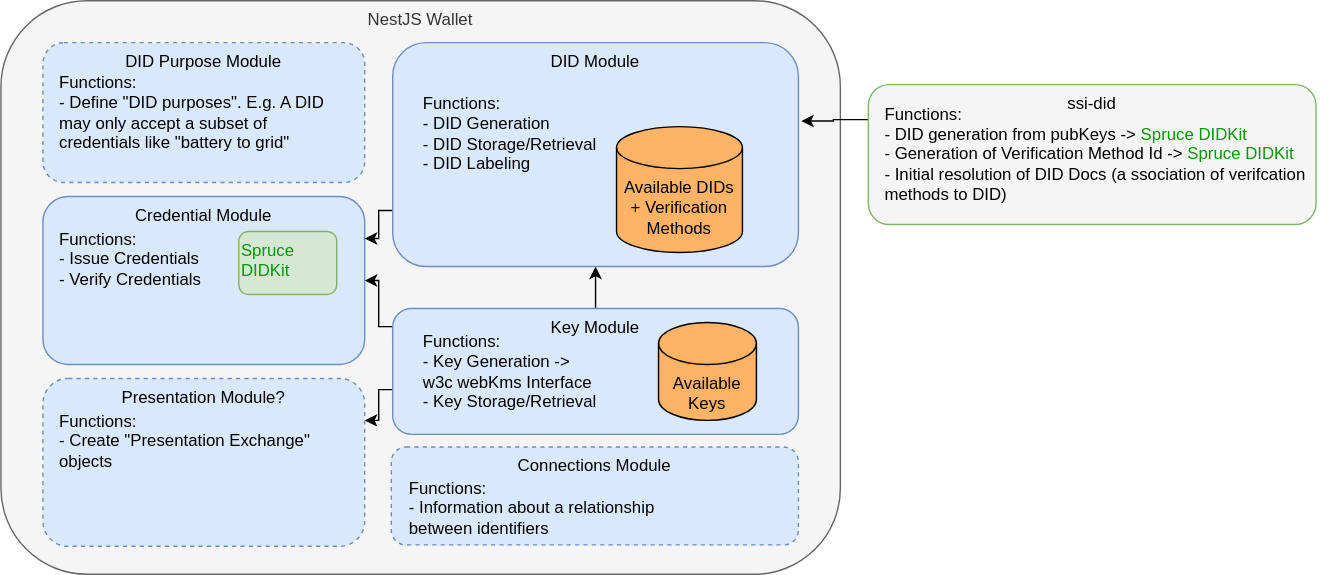
Before: ssi-wallet-architecture.drawio.svg, a diagram exported from draw.io (openwallet-foundation-labs/vc-api). Source tidied: cells renumbered, new cells last; positions are measured from the earlier drawing's top-left corner, leaving out a move shared by most shapes.
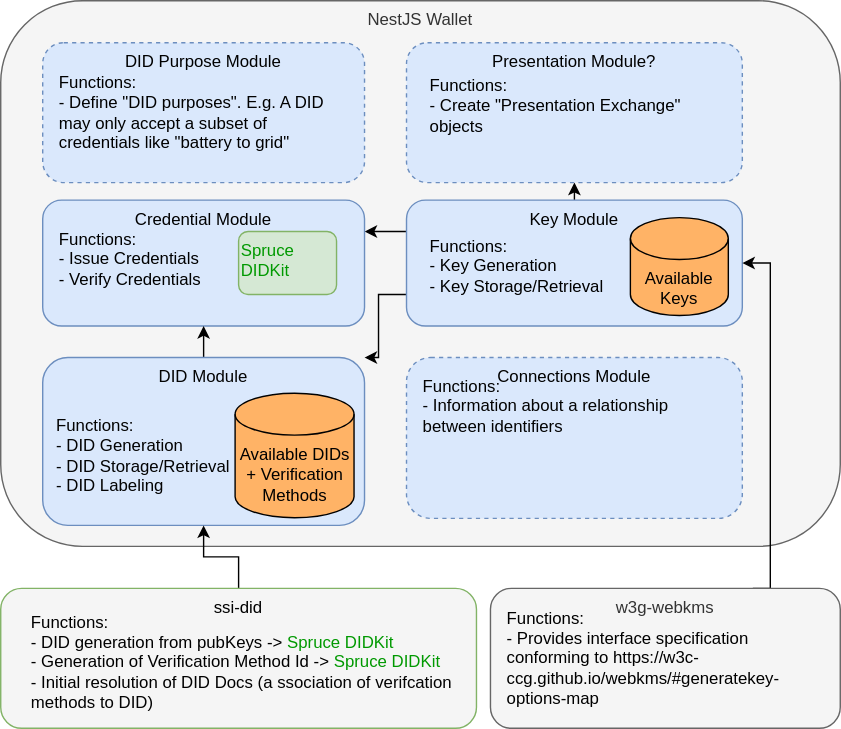
The same file after the commit.

Commit message:
docs: add webkms to arch diagram

Change to the diagram source:
```diff
@@ -3,64 +3,48 @@
     <mxCell id="0" />
     <mxCell id="1" parent="0" />
     <mxCell id="2" value="NestJS Wallet" style="rounded=1;whiteSpace=wrap;html=1;verticalAlign=top;fontColor=#333333;strokeColor=#666666;fillColor=#F5F5F5;" parent="1" vertex="1">
-      <mxGeometry width="600" height="410" as="geometry" />
+      <mxGeometry width="600" height="390" as="geometry" />
     </mxCell>
-    <mxCell id="3" style="edgeStyle=orthogonalEdgeStyle;jettySize=auto;html=1;exitX=0;exitY=0.75;exitDx=0;exitDy=0;entryX=1;entryY=0.25;entryDx=0;entryDy=0;fontColor=#000000;strokeColor=#000000;rounded=0;" parent="1" edge="1" source="6" target="20">
-      <mxGeometry relative="1" as="geometry">
-        <Array as="points">
-          <mxPoint x="270" y="278" />
-          <mxPoint x="270" y="300" />
-        </Array>
-      </mxGeometry>
+    <mxCell id="3" style="edgeStyle=orthogonalEdgeStyle;rounded=0;jettySize=auto;html=1;exitX=0.5;exitY=0;exitDx=0;exitDy=0;entryX=0.5;entryY=1;entryDx=0;entryDy=0;" parent="1" edge="1" source="6" target="20">
+      <mxGeometry relative="1" as="geometry" />
     </mxCell>
-    <mxCell id="4" style="edgeStyle=orthogonalEdgeStyle;rounded=0;jettySize=auto;html=1;exitX=0;exitY=0.25;exitDx=0;exitDy=0;entryX=1;entryY=0.5;entryDx=0;entryDy=0;fontColor=#000000;strokeColor=#000000;" parent="1" edge="1" source="6" target="9">
-      <mxGeometry relative="1" as="geometry">
-        <Array as="points">
-          <mxPoint x="270" y="233" />
-          <mxPoint x="270" y="200" />
-        </Array>
-      </mxGeometry>
+    <mxCell id="4" style="edgeStyle=orthogonalEdgeStyle;rounded=0;jettySize=auto;html=1;exitX=0;exitY=0.25;exitDx=0;exitDy=0;entryX=1;entryY=0.25;entryDx=0;entryDy=0;" parent="1" edge="1" source="6" target="9">
+      <mxGeometry relative="1" as="geometry" />
     </mxCell>
-    <mxCell id="5" style="edgeStyle=orthogonalEdgeStyle;rounded=0;jettySize=auto;html=1;exitX=0.5;exitY=0;exitDx=0;exitDy=0;entryX=0.5;entryY=1;entryDx=0;entryDy=0;fontColor=#000000;strokeColor=#000000;" parent="1" edge="1" source="6" target="12">
-      <mxGeometry relative="1" as="geometry" />
+    <mxCell id="5" style="edgeStyle=orthogonalEdgeStyle;rounded=0;jettySize=auto;html=1;exitX=0;exitY=0.75;exitDx=0;exitDy=0;entryX=1;entryY=0;entryDx=0;entryDy=0;" parent="1" edge="1" source="6" target="12">
+      <mxGeometry relative="1" as="geometry">
+        <Array as="points">
+          <mxPoint x="270" y="210" />
+          <mxPoint x="270" y="255" />
+        </Array>
+      </mxGeometry>
     </mxCell>
     <mxCell id="6" value="Key Module" style="rounded=1;whiteSpace=wrap;html=1;verticalAlign=top;fillColor=#dae8fc;strokeColor=#6c8ebf;fontColor=#000000;" parent="1" vertex="1">
-      <mxGeometry x="280" y="220" width="290" height="90" as="geometry" />
+      <mxGeometry x="290" y="142.5" width="240" height="90" as="geometry" />
     </mxCell>
     <mxCell id="7" value="Available Keys" style="shape=cylinder3;whiteSpace=wrap;html=1;boundedLbl=1;backgroundOutline=1;size=15;verticalAlign=top;fillColor=#FFB366;fontColor=#000000;" parent="1" vertex="1">
-      <mxGeometry x="470" y="230" width="70" height="70" as="geometry" />
+      <mxGeometry x="450" y="155" width="70" height="70" as="geometry" />
     </mxCell>
-    <mxCell id="8" value="Functions:&lt;br&gt;- Key Generation -&amp;gt; w3c webKms Interface&lt;br&gt;- Key Storage/Retrieval" style="text;html=1;strokeColor=none;fillColor=none;align=left;verticalAlign=middle;whiteSpace=wrap;rounded=0;fontColor=#000000;" parent="1" vertex="1">
-      <mxGeometry x="300" y="240" width="130" height="50" as="geometry" />
+    <mxCell id="8" value="Functions:&lt;br&gt;- Key Generation&lt;br&gt;- Key Storage/Retrieval" style="text;html=1;strokeColor=none;fillColor=none;align=left;verticalAlign=middle;whiteSpace=wrap;rounded=0;fontColor=#000000;" parent="1" vertex="1">
+      <mxGeometry x="305" y="165" width="130" height="50" as="geometry" />
     </mxCell>
     <mxCell id="9" value="Credential Module" style="rounded=1;whiteSpace=wrap;html=1;verticalAlign=top;fillColor=#dae8fc;strokeColor=#6c8ebf;fontColor=#000000;" parent="1" vertex="1">
-      <mxGeometry x="30" y="140" width="230" height="120" as="geometry" />
+      <mxGeometry x="30" y="142.5" width="230" height="90" as="geometry" />
     </mxCell>
     <mxCell id="10" value="Functions:&lt;br&gt;- Issue Credentials&lt;br&gt;- Verify Credentials" style="text;html=1;strokeColor=none;fillColor=none;align=left;verticalAlign=middle;whiteSpace=wrap;rounded=0;fontColor=#000000;" parent="1" vertex="1">
       <mxGeometry x="40" y="160" width="150" height="50" as="geometry" />
     </mxCell>
-    <mxCell id="11" style="edgeStyle=orthogonalEdgeStyle;rounded=0;jettySize=auto;html=1;exitX=0;exitY=0.75;exitDx=0;exitDy=0;entryX=1;entryY=0.25;entryDx=0;entryDy=0;fontColor=#000000;strokeColor=#000000;" parent="1" edge="1" source="12" target="9">
-      <mxGeometry relative="1" as="geometry">
-        <Array as="points">
-          <mxPoint x="270" y="150" />
-          <mxPoint x="270" y="170" />
-        </Array>
-      </mxGeometry>
+    <mxCell id="11" style="edgeStyle=orthogonalEdgeStyle;rounded=0;jettySize=auto;html=1;exitX=0.5;exitY=0;exitDx=0;exitDy=0;entryX=0.5;entryY=1;entryDx=0;entryDy=0;" parent="1" edge="1" source="12" target="9">
+      <mxGeometry relative="1" as="geometry" />
     </mxCell>
     <mxCell id="12" value="DID Module" style="rounded=1;whiteSpace=wrap;html=1;verticalAlign=top;fillColor=#dae8fc;strokeColor=#6c8ebf;fontColor=#030303;" parent="1" vertex="1">
-      <mxGeometry x="280" y="30" width="290" height="160" as="geometry" />
+      <mxGeometry x="30" y="255" width="230" height="120" as="geometry" />
     </mxCell>
-    <mxCell id="13" style="edgeStyle=orthogonalEdgeStyle;rounded=0;jettySize=auto;html=1;exitX=0;exitY=0.25;exitDx=0;exitDy=0;entryX=1.007;entryY=0.35;entryDx=0;entryDy=0;entryPerimeter=0;strokeColor=#030303;" parent="1" edge="1" source="14" target="12">
-      <mxGeometry relative="1" as="geometry" />
-    </mxCell>
-    <mxCell id="14" value="ssi-did" style="rounded=1;whiteSpace=wrap;html=1;align=center;verticalAlign=top;strokeColor=#82b366;fontColor=#000000;fillColor=#F5F5F5;" parent="1" vertex="1">
-      <mxGeometry x="620" y="60" width="320" height="100" as="geometry" />
-    </mxCell>
     <mxCell id="15" value="Available DIDs + Verification Methods" style="shape=cylinder3;whiteSpace=wrap;html=1;boundedLbl=1;backgroundOutline=1;size=15;verticalAlign=top;fillColor=#FFB366;fontColor=#000000;" parent="1" vertex="1">
-      <mxGeometry x="440" y="90" width="90" height="90" as="geometry" />
+      <mxGeometry x="167.5" y="280.5" width="85" height="89" as="geometry" />
     </mxCell>
     <mxCell id="16" value="Functions:&lt;br&gt;- DID Generation&lt;br&gt;- DID Storage/Retrieval&lt;br&gt;- DID Labeling" style="text;html=1;strokeColor=none;fillColor=none;align=left;verticalAlign=middle;whiteSpace=wrap;rounded=0;fontColor=#030303;" parent="1" vertex="1">
-      <mxGeometry x="300" y="60" width="140" height="70" as="geometry" />
+      <mxGeometry x="37.5" y="290" width="130" height="70" as="geometry" />
     </mxCell>
     <mxCell id="17" value="&lt;font color=&quot;#009900&quot;&gt;Spruce DIDKit&lt;/font&gt;" style="rounded=1;whiteSpace=wrap;html=1;align=left;verticalAlign=top;fillColor=#d5e8d4;strokeColor=#82b366;fontColor=#000000;" parent="1" vertex="1">
       <mxGeometry x="170" y="165" width="70" height="45" as="geometry" />
@@ -69,22 +53,42 @@
       <mxGeometry x="30" y="30" width="230" height="100" as="geometry" />
     </mxCell>
     <mxCell id="19" value="Connections Module" style="rounded=1;whiteSpace=wrap;html=1;verticalAlign=top;fillColor=#dae8fc;strokeColor=#6c8ebf;fontColor=#000000;dashed=1;" parent="1" vertex="1">
-      <mxGeometry x="279" y="319" width="291" height="70" as="geometry" />
+      <mxGeometry x="290" y="255" width="240" height="115" as="geometry" />
     </mxCell>
     <mxCell id="20" value="Presentation Module?" style="rounded=1;whiteSpace=wrap;html=1;verticalAlign=top;fillColor=#dae8fc;strokeColor=#6c8ebf;fontColor=#000000;dashed=1;" parent="1" vertex="1">
-      <mxGeometry x="30" y="270" width="230" height="120" as="geometry" />
+      <mxGeometry x="290" y="30" width="240" height="100" as="geometry" />
     </mxCell>
     <mxCell id="21" value="Functions:&lt;br&gt;- Information about a relationship between identifiers" style="text;html=1;strokeColor=none;fillColor=none;align=left;verticalAlign=middle;whiteSpace=wrap;rounded=0;fontColor=#030303;" parent="1" vertex="1">
-      <mxGeometry x="290" y="340" width="220" height="45" as="geometry" />
+      <mxGeometry x="300" y="267.5" width="220" height="45" as="geometry" />
     </mxCell>
     <mxCell id="22" value="Functions:&lt;br&gt;- Define &quot;DID purposes&quot;. E.g. A DID may only accept a subset of credentials like &quot;battery to grid&quot;" style="text;html=1;strokeColor=none;fillColor=none;align=left;verticalAlign=middle;whiteSpace=wrap;rounded=0;fontColor=#000000;" parent="1" vertex="1">
       <mxGeometry x="40" y="50" width="200" height="60" as="geometry" />
     </mxCell>
     <mxCell id="23" value="Functions:&lt;br&gt;- Create &quot;Presentation Exchange&quot; objects" style="text;html=1;strokeColor=none;fillColor=none;align=left;verticalAlign=middle;whiteSpace=wrap;rounded=0;fontColor=#000000;" parent="1" vertex="1">
-      <mxGeometry x="40" y="290" width="190" height="50" as="geometry" />
+      <mxGeometry x="305" y="50" width="190" height="50" as="geometry" />
     </mxCell>
+    <mxCell id="13" style="edgeStyle=orthogonalEdgeStyle;rounded=0;jettySize=auto;html=1;exitX=0.5;exitY=0;exitDx=0;exitDy=0;entryX=0.5;entryY=1;entryDx=0;entryDy=0;" parent="1" edge="1" source="14" target="12">
+      <mxGeometry relative="1" as="geometry" />
+    </mxCell>
+    <mxCell id="14" value="ssi-did" style="rounded=1;whiteSpace=wrap;html=1;align=center;verticalAlign=top;strokeColor=#82b366;fontColor=#000000;fillColor=#F5F5F5;" parent="1" vertex="1">
+      <mxGeometry y="420" width="340" height="100" as="geometry" />
+    </mxCell>
     <mxCell id="24" value="&lt;span style=&quot;color: rgb(0 , 0 , 0)&quot;&gt;Functions:&lt;/span&gt;&lt;br style=&quot;color: rgb(0 , 0 , 0)&quot;&gt;&lt;span style=&quot;color: rgb(0 , 0 , 0)&quot;&gt;- DID generation from pubKeys -&amp;gt;&amp;nbsp;&lt;/span&gt;&lt;font color=&quot;#009900&quot;&gt;Spruce DIDKit&lt;br&gt;&lt;/font&gt;&lt;span style=&quot;color: rgb(0 , 0 , 0)&quot;&gt;- Generation of Verification Method Id -&amp;gt;&amp;nbsp;&lt;/span&gt;&lt;span style=&quot;color: rgb(0 , 153 , 0)&quot;&gt;Spruce DIDKit&lt;/span&gt;&lt;br style=&quot;color: rgb(0 , 0 , 0)&quot;&gt;&lt;span style=&quot;color: rgb(0 , 0 , 0)&quot;&gt;- Initial resolution of DID Docs (a&lt;/span&gt;ssociation of verifcation methods to DID)" style="text;html=1;strokeColor=none;fillColor=none;align=left;verticalAlign=middle;whiteSpace=wrap;rounded=0;fontColor=#030303;" parent="1" vertex="1">
-      <mxGeometry x="630" y="75" width="320" height="70" as="geometry" />
+      <mxGeometry x="20" y="435" width="320" height="75" as="geometry" />
     </mxCell>
+    <mxCell id="25" style="edgeStyle=orthogonalEdgeStyle;rounded=0;jettySize=auto;html=1;exitX=0.75;exitY=0;exitDx=0;exitDy=0;entryX=1;entryY=0.5;entryDx=0;entryDy=0;" parent="1" edge="1" source="26" target="6">
+      <mxGeometry relative="1" as="geometry">
+        <Array as="points">
+          <mxPoint x="550" y="420" />
+          <mxPoint x="550" y="188" />
+        </Array>
+      </mxGeometry>
+    </mxCell>
+    <mxCell id="26" value="w3g-webkms&lt;br&gt;" style="rounded=1;whiteSpace=wrap;html=1;verticalAlign=top;fontColor=#333333;strokeColor=#666666;fillColor=#F5F5F5;" parent="1" vertex="1">
+      <mxGeometry x="350" y="420" width="250" height="100" as="geometry" />
+    </mxCell>
+    <mxCell id="27" value="&lt;span style=&quot;color: rgb(0 , 0 , 0)&quot;&gt;Functions:&lt;/span&gt;&lt;br style=&quot;color: rgb(0 , 0 , 0)&quot;&gt;&lt;span style=&quot;color: rgb(0 , 0 , 0)&quot;&gt;- Provides interface specification conforming to&amp;nbsp;&lt;/span&gt;&lt;font color=&quot;#000000&quot;&gt;&lt;a href=&quot;https://w3c-ccg.github.io/webkms/#generatekey-options-map&quot;&gt;https://w3c-ccg.github.io/webkms/#generatekey-options-map&lt;/a&gt;&lt;/font&gt;" style="text;html=1;strokeColor=none;fillColor=none;align=left;verticalAlign=middle;whiteSpace=wrap;rounded=0;fontColor=#030303;" parent="1" vertex="1">
+      <mxGeometry x="360" y="435" width="230" height="70" as="geometry" />
+    </mxCell>
   </root>
 </mxGraphModel>
```
